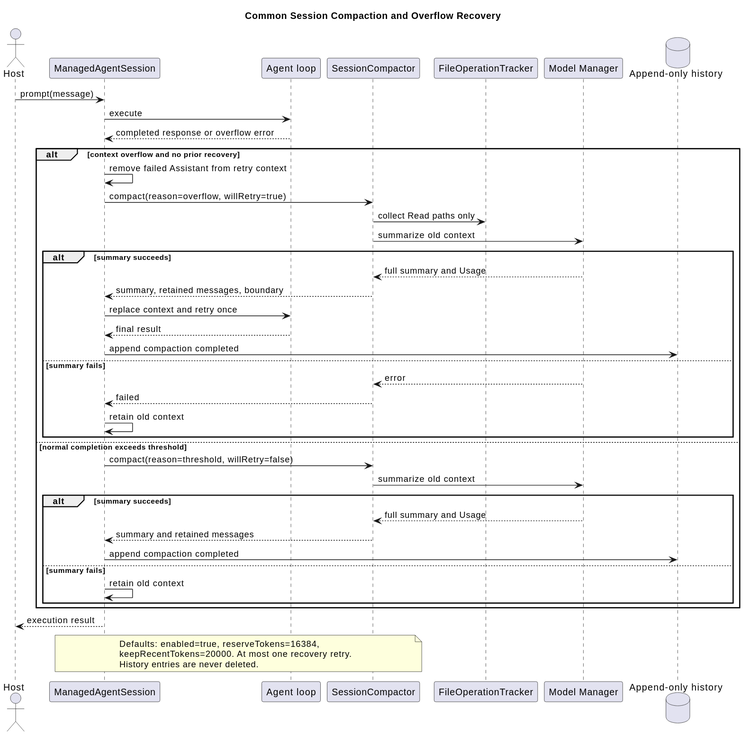
The PlantUML diagram pi-mono-java-tool-system/managed_session_compaction.svg in ssm0808/pi-mono-java-design, before a commit.
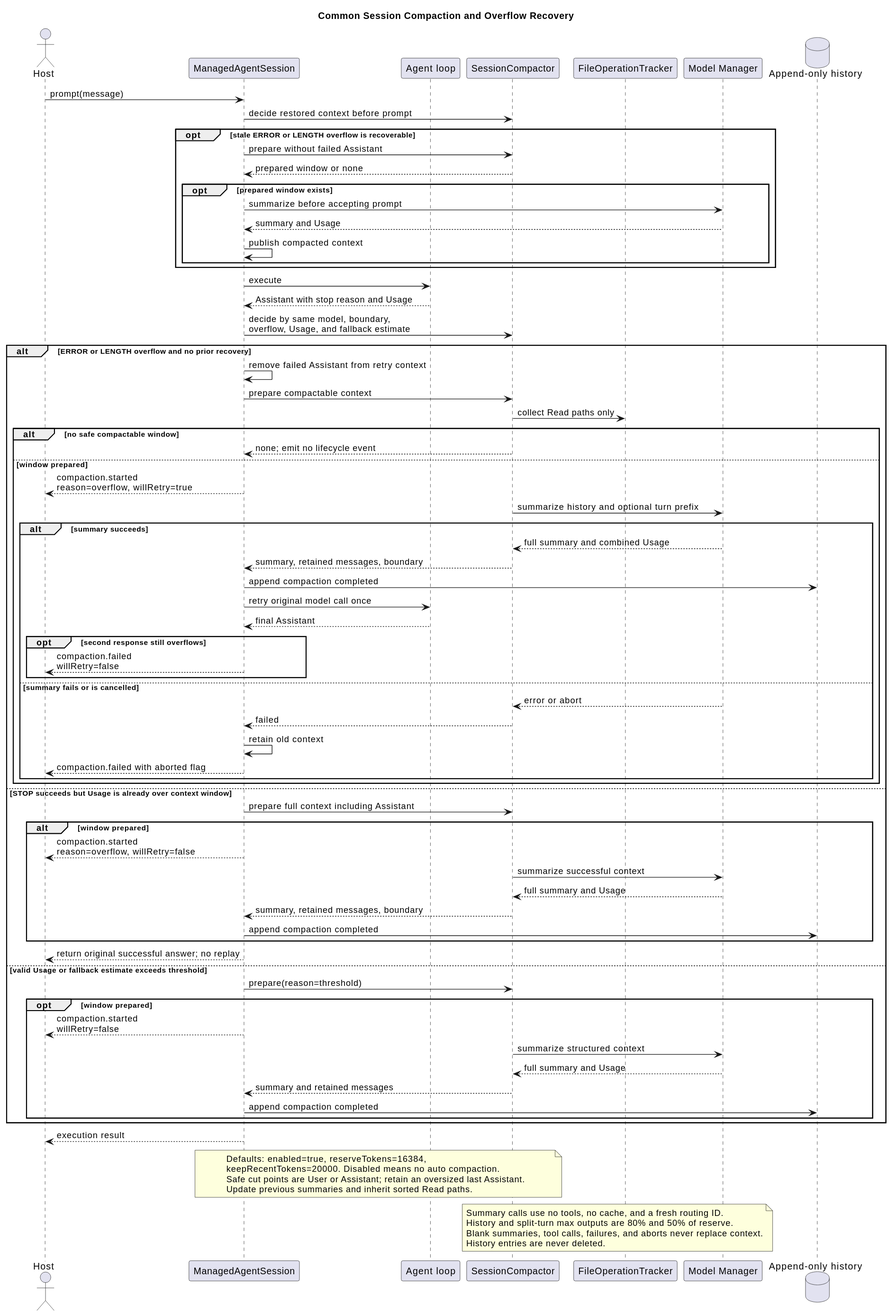
After the commit.

The edit, as a diff of the source:
```diff
@@ -12,40 +12,77 @@
 database "Append-only history" as History
 
 Host -> Session : prompt(message)
+Session -> Compactor : decide restored context before prompt
+opt stale ERROR or LENGTH overflow is recoverable
+  Session -> Compactor : prepare without failed Assistant
+  Compactor --> Session : prepared window or none
+  opt prepared window exists
+    Session -> Model : summarize before accepting prompt
+    Model --> Session : summary and Usage
+    Session -> Session : publish compacted context
+  end
+end
 Session -> Agent : execute
-Agent --> Session : completed response or overflow error
-alt context overflow and no prior recovery
+Agent --> Session : Assistant with stop reason and Usage
+Session -> Compactor : decide by same model, boundary,\noverflow, Usage, and fallback estimate
+alt ERROR or LENGTH overflow and no prior recovery
   Session -> Session : remove failed Assistant from retry context
-  Session -> Compactor : compact(reason=overflow, willRetry=true)
+  Session -> Compactor : prepare compactable context
   Compactor -> Tracker : collect Read paths only
-  Compactor -> Model : summarize old context
-  alt summary succeeds
+  alt no safe compactable window
+    Compactor --> Session : none; emit no lifecycle event
+  else window prepared
+    Session --> Host : compaction.started\nreason=overflow, willRetry=true
+    Compactor -> Model : summarize history and optional turn prefix
+    alt summary succeeds
+      Model --> Compactor : full summary and combined Usage
+      Compactor --> Session : summary, retained messages, boundary
+      Session -> History : append compaction completed
+      Session -> Agent : retry original model call once
+      Agent --> Session : final Assistant
+      opt second response still overflows
+        Session --> Host : compaction.failed\nwillRetry=false
+      end
+    else summary fails or is cancelled
+      Model --> Compactor : error or abort
+      Compactor --> Session : failed
+      Session -> Session : retain old context
+      Session --> Host : compaction.failed with aborted flag
+    end
+  end
+else STOP succeeds but Usage is already over context window
+  Session -> Compactor : prepare full context including Assistant
+  alt window prepared
+    Session --> Host : compaction.started\nreason=overflow, willRetry=false
+    Compactor -> Model : summarize successful context
     Model --> Compactor : full summary and Usage
     Compactor --> Session : summary, retained messages, boundary
-    Session -> Agent : replace context and retry once
-    Agent --> Session : final result
     Session -> History : append compaction completed
-  else summary fails
-    Model --> Compactor : error
-    Compactor --> Session : failed
-    Session -> Session : retain old context
   end
-else normal completion exceeds threshold
-  Session -> Compactor : compact(reason=threshold, willRetry=false)
-  Compactor -> Model : summarize old context
-  alt summary succeeds
+  Session --> Host : return original successful answer; no replay
+else valid Usage or fallback estimate exceeds threshold
+  Session -> Compactor : prepare(reason=threshold)
+  opt window prepared
+    Session --> Host : compaction.started\nwillRetry=false
+    Compactor -> Model : summarize structured context
     Model --> Compactor : full summary and Usage
     Compactor --> Session : summary and retained messages
     Session -> History : append compaction completed
-  else summary fails
-    Session -> Session : retain old context
   end
 end
 Session --> Host : execution result
 
 note over Session,Compactor
 Defaults: enabled=true, reserveTokens=16384,
-keepRecentTokens=20000. At most one recovery retry.
+keepRecentTokens=20000. Disabled means no auto compaction.
+Safe cut points are User or Assistant; retain an oversized last Assistant.
+Update previous summaries and inherit sorted Read paths.
+end note
+
+note over Compactor,Model
+Summary calls use no tools, no cache, and a fresh routing ID.
+History and split-turn max outputs are 80% and 50% of reserve.
+Blank summaries, tool calls, failures, and aborts never replace context.
 History entries are never deleted.
 end note
 @enduml
```
